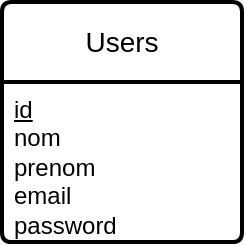
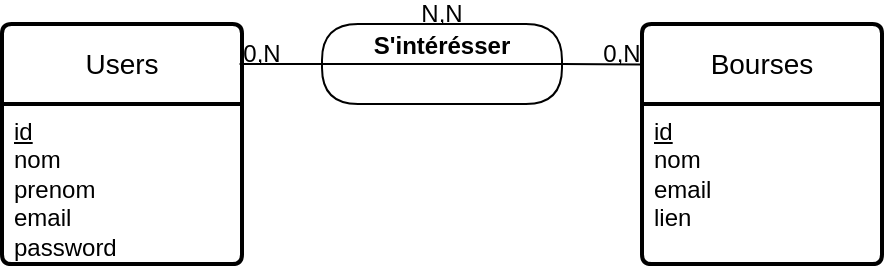
<mxfile host="65bd71144e">
    <diagram name="Page-1" id="MVW0N1CGDCY8DdjmQ0bx">
-         <mxGraphModel dx="1032" dy="505" grid="1" gridSize="10" guides="1" tooltips="1" connect="1" arrows="1" fold="1" page="1" pageScale="1" pageWidth="827" pageHeight="1169" math="0" shadow="0">
+         <mxGraphModel dx="555" dy="224" grid="1" gridSize="10" guides="1" tooltips="1" connect="1" arrows="1" fold="1" page="1" pageScale="1" pageWidth="827" pageHeight="1169" math="0" shadow="0">
            <root>
                <mxCell id="0"/>
                <mxCell id="1" parent="0"/>
                <mxCell id="E9j-_EJm78se1Gz07l8i-1" value="Users" style="swimlane;childLayout=stackLayout;horizontal=1;startSize=40;horizontalStack=0;rounded=1;fontSize=14;fontStyle=0;strokeWidth=2;resizeParent=0;resizeLast=1;shadow=0;dashed=0;align=center;arcSize=4;whiteSpace=wrap;html=1;swimlaneFillColor=default;" parent="1" vertex="1">
-                     <mxGeometry x="320" y="120" width="120" height="120" as="geometry"/>
+                     <mxGeometry x="160" y="160" width="120" height="120" as="geometry"/>
                </mxCell>
                <mxCell id="E9j-_EJm78se1Gz07l8i-2" value="&lt;u&gt;id&lt;/u&gt;&lt;div&gt;nom&lt;/div&gt;&lt;div&gt;prenom&lt;/div&gt;&lt;div&gt;email&lt;/div&gt;&lt;div&gt;password&lt;/div&gt;" style="align=left;strokeColor=none;fillColor=none;spacingLeft=4;spacingRight=4;fontSize=12;verticalAlign=top;resizable=0;rotatable=0;part=1;html=1;whiteSpace=wrap;" parent="E9j-_EJm78se1Gz07l8i-1" vertex="1">
                    <mxGeometry y="40" width="120" height="80" as="geometry"/>
+                 </mxCell>
+                 <mxCell id="2" value="Bourses" style="swimlane;childLayout=stackLayout;horizontal=1;startSize=40;horizontalStack=0;rounded=1;fontSize=14;fontStyle=0;strokeWidth=2;resizeParent=0;resizeLast=1;shadow=0;dashed=0;align=center;arcSize=4;whiteSpace=wrap;html=1;swimlaneFillColor=default;" vertex="1" parent="1">
+                     <mxGeometry x="480" y="160" width="120" height="120" as="geometry"/>
+                 </mxCell>
+                 <mxCell id="3" value="&lt;u&gt;id&lt;/u&gt;&lt;div&gt;nom&lt;/div&gt;&lt;div&gt;email&lt;/div&gt;&lt;div&gt;lien&lt;/div&gt;" style="align=left;strokeColor=none;fillColor=none;spacingLeft=4;spacingRight=4;fontSize=12;verticalAlign=top;resizable=0;rotatable=0;part=1;html=1;whiteSpace=wrap;" vertex="1" parent="2">
+                     <mxGeometry y="40" width="120" height="80" as="geometry"/>
+                 </mxCell>
+                 <mxCell id="4" style="rounded=0;orthogonalLoop=1;jettySize=auto;html=1;endArrow=none;endFill=0;strokeWidth=1;entryX=1;entryY=0.5;entryDx=0;entryDy=0;exitX=0.001;exitY=0.169;exitDx=0;exitDy=0;exitPerimeter=0;" edge="1" parent="1" target="6" source="2">
+                     <mxGeometry relative="1" as="geometry">
+                         <mxPoint x="470" y="180" as="sourcePoint"/>
+                         <mxPoint x="440" y="180" as="targetPoint"/>
+                     </mxGeometry>
+                 </mxCell>
+                 <mxCell id="5" value="" style="rounded=0;orthogonalLoop=1;jettySize=auto;html=1;endArrow=none;endFill=0;entryX=0.99;entryY=0.167;entryDx=0;entryDy=0;exitX=0;exitY=0.5;exitDx=0;exitDy=0;strokeWidth=1;entryPerimeter=0;" edge="1" parent="1" source="6" target="E9j-_EJm78se1Gz07l8i-1">
+                     <mxGeometry relative="1" as="geometry">
+                         <mxPoint x="300" y="179" as="targetPoint"/>
+                     </mxGeometry>
+                 </mxCell>
+                 <mxCell id="6" value="S&#39;intérésser" style="swimlane;fontStyle=1;align=center;verticalAlign=middle;childLayout=stackLayout;horizontal=1;startSize=20;horizontalStack=0;resizeParent=0;resizeLast=1;container=0;fontColor=default;collapsible=0;rounded=1;arcSize=30;strokeColor=default;fillColor=default;swimlaneFillColor=default;dropTarget=0;" vertex="1" parent="1">
+                     <mxGeometry x="320" y="160" width="120" height="40" as="geometry"/>
+                 </mxCell>
+                 <mxCell id="9" value="0,N" style="text;html=1;whiteSpace=wrap;strokeColor=none;fillColor=none;align=center;verticalAlign=middle;rounded=0;" vertex="1" parent="1">
+                     <mxGeometry x="280" y="170" width="20" height="10" as="geometry"/>
+                 </mxCell>
+                 <mxCell id="10" value="0,N" style="text;html=1;whiteSpace=wrap;strokeColor=none;fillColor=none;align=center;verticalAlign=middle;rounded=0;" vertex="1" parent="1">
+                     <mxGeometry x="460" y="170" width="20" height="10" as="geometry"/>
+                 </mxCell>
+                 <mxCell id="11" value="N,N" style="text;html=1;whiteSpace=wrap;strokeColor=none;fillColor=none;align=center;verticalAlign=middle;rounded=0;" vertex="1" parent="1">
+                     <mxGeometry x="370" y="150" width="20" height="10" as="geometry"/>
                </mxCell>
            </root>
        </mxGraphModel>
    </diagram>
</mxfile>